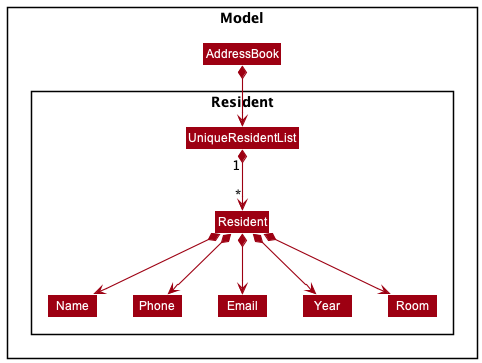
Earlier version of the PlantUML export docs/images/resident/ResidentClass.png (nus-cs2103-AY2021S2/tp).
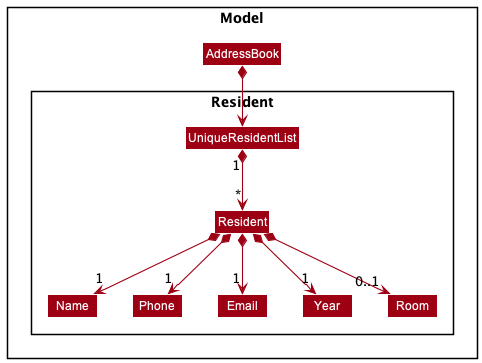
After the change.

Diff of the diagram source:
```diff
@@ -20,9 +20,9 @@
 
 AddressBook *--> UniqueResidentList
 UniqueResidentList "1" *--> "*" Resident
-Resident *--> Name
-Resident *--> Phone
-Resident *--> Email
-Resident *--> Year
-Resident *--> Room
+Resident *--> "1" Name
+Resident *--> "1" Phone
+Resident *--> "1"  Email
+Resident *--> "1"  Year
+Resident *--> "0..1"  Room
 @enduml
```
